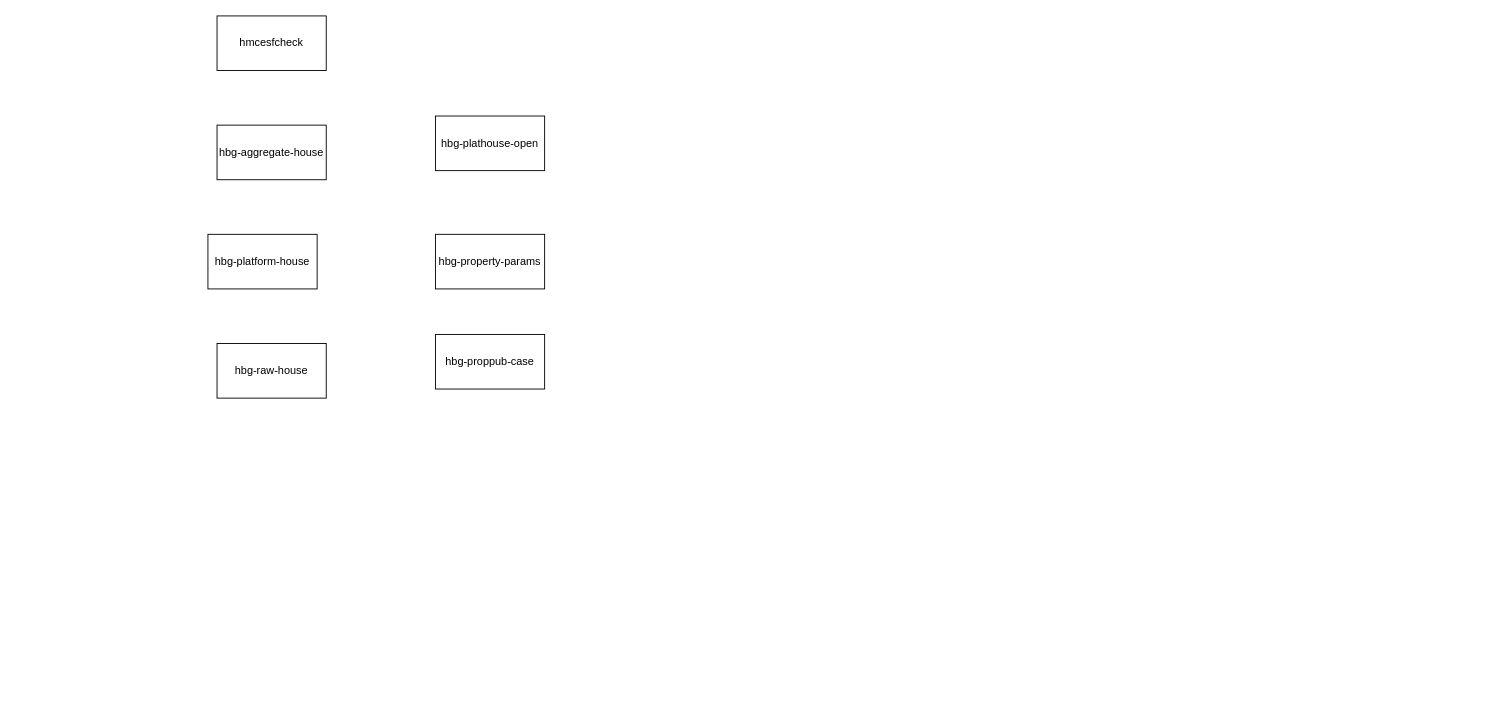
Earlier version of the draw.io diagram sku/sku规则改造上线流程.drawio (guyukou/drawio). Source tidied: cells renumbered, new cells numbered last; positions are measured from the earlier drawing's top-left corner, leaving out a move shared by most shapes. Both pictures are drawn from the tidied source at 91%, with x=0, y=0 at pixel (207, 15).
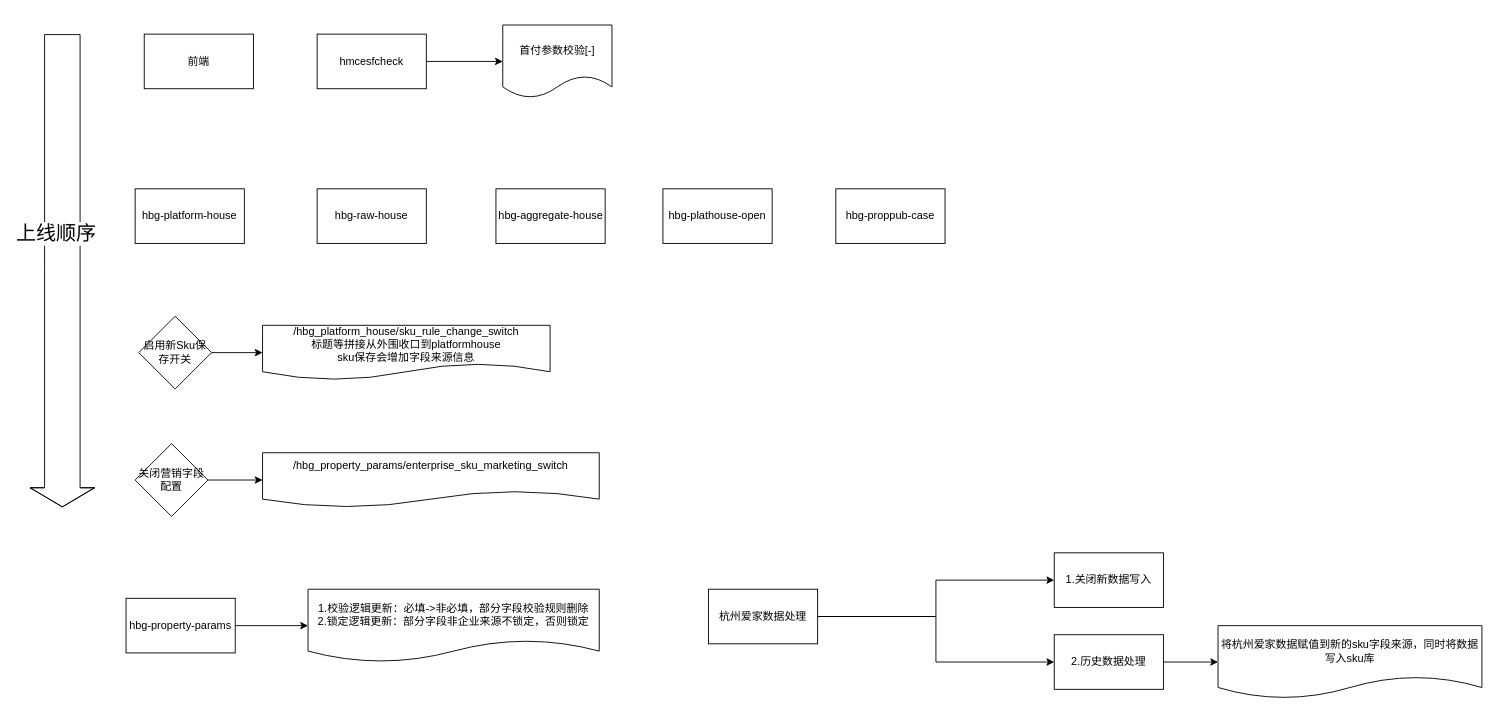
Above is the later version.

Commit message:
Update sku规则改造上线流程.drawio

Change to the diagram source:
```diff
@@
+    <mxCell id="9" style="edgeStyle=orthogonalEdgeStyle;rounded=0;jettySize=auto;html=1;" parent="1" edge="1" source="2" target="11">
+      <mxGeometry relative="1" as="geometry" />
+    </mxCell>
     <mxCell id="2" value="hmcesfcheck" style="rounded=0;whiteSpace=wrap;html=1;" parent="1" vertex="1">
-      <mxGeometry x="10" width="120" height="60" as="geometry" />
+      <mxGeometry x="120" y="20" width="120" height="60" as="geometry" />
     </mxCell>
     <mxCell id="3" value="hbg-aggregate-house" style="rounded=0;whiteSpace=wrap;html=1;" parent="1" vertex="1">
-      <mxGeometry x="10" y="120" width="120" height="60" as="geometry" />
+      <mxGeometry x="316.5" y="190" width="120" height="60" as="geometry" />
     </mxCell>
     <mxCell id="4" value="hbg-platform-house" style="rounded=0;whiteSpace=wrap;html=1;" parent="1" vertex="1">
-      <mxGeometry y="240" width="120" height="60" as="geometry" />
+      <mxGeometry x="-80" y="190" width="120" height="60" as="geometry" />
     </mxCell>
     <mxCell id="5" value="hbg-plathouse-open" style="rounded=0;whiteSpace=wrap;html=1;" parent="1" vertex="1">
-      <mxGeometry x="250" y="110" width="120" height="60" as="geometry" />
+      <mxGeometry x="500" y="190" width="120" height="60" as="geometry" />
     </mxCell>
+    <mxCell id="10" style="edgeStyle=orthogonalEdgeStyle;rounded=0;jettySize=auto;html=1;" parent="1" edge="1" source="6" target="14">
+      <mxGeometry relative="1" as="geometry" />
+    </mxCell>
     <mxCell id="6" value="hbg-property-params" style="rounded=0;whiteSpace=wrap;html=1;" parent="1" vertex="1">
-      <mxGeometry x="250" y="240" width="120" height="60" as="geometry" />
+      <mxGeometry x="-90" y="640" width="120" height="60" as="geometry" />
     </mxCell>
     <mxCell id="7" value="hbg-proppub-case" style="rounded=0;whiteSpace=wrap;html=1;" parent="1" vertex="1">
-      <mxGeometry x="250" y="350" width="120" height="60" as="geometry" />
+      <mxGeometry x="690" y="190" width="120" height="60" as="geometry" />
     </mxCell>
     <mxCell id="8" value="hbg-raw-house" style="rounded=0;whiteSpace=wrap;html=1;" parent="1" vertex="1">
-      <mxGeometry x="10" y="360" width="120" height="60" as="geometry" />
+      <mxGeometry x="120" y="190" width="120" height="60" as="geometry" />
     </mxCell>
+    <mxCell id="11" value="首付参数校验[-]" style="shape=document;whiteSpace=wrap;html=1;boundedLbl=1;rounded=0;" parent="1" vertex="1">
+      <mxGeometry x="324" y="10" width="120" height="80" as="geometry" />
+    </mxCell>
+    <mxCell id="12" style="edgeStyle=orthogonalEdgeStyle;rounded=0;jettySize=auto;html=1;strokeColor=default;strokeWidth=1;fontSize=12;" parent="1" edge="1" source="13" target="20">
+      <mxGeometry relative="1" as="geometry" />
+    </mxCell>
+    <mxCell id="13" value="启用新Sku保存开关" style="rhombus;whiteSpace=wrap;html=1;" parent="1" vertex="1">
+      <mxGeometry x="-76" y="330" width="80" height="80" as="geometry" />
+    </mxCell>
+    <mxCell id="14" value="1.校验逻辑更新：必填-&amp;gt;非必填，部分字段校验规则删除&lt;br&gt;2.锁定逻辑更新：部分字段非企业来源不锁定，否则锁定" style="shape=document;whiteSpace=wrap;html=1;boundedLbl=1;rounded=0;" parent="1" vertex="1">
+      <mxGeometry x="110" y="630" width="320" height="80" as="geometry" />
+    </mxCell>
+    <mxCell id="15" style="shape=flexArrow;endArrow=classic;html=1;rounded=0;width=39;endSize=6.67;endWidth=31;strokeWidth=1;fontSize=22;verticalAlign=bottom;strokeColor=default;" parent="1" edge="1">
+      <mxGeometry relative="1" as="geometry">
+        <mxPoint x="-160" y="20" as="sourcePoint" />
+        <mxPoint x="-160" y="540" as="targetPoint" />
+        <Array as="points">
+          <mxPoint x="-160" y="280" />
+        </Array>
+      </mxGeometry>
+    </mxCell>
+    <mxCell id="16" value="上线顺序" style="edgeLabel;html=1;align=center;verticalAlign=top;fontSize=22;" parent="15" vertex="1">
+      <mxGeometry x="-0.23" y="-8" relative="1" as="geometry" />
+    </mxCell>
+    <mxCell id="17" style="edgeStyle=orthogonalEdgeStyle;rounded=0;jettySize=auto;html=1;strokeColor=default;strokeWidth=1;fontSize=12;" parent="1" edge="1" source="18" target="19">
+      <mxGeometry relative="1" as="geometry" />
+    </mxCell>
+    <mxCell id="18" value="关闭营销字段配置" style="rhombus;whiteSpace=wrap;html=1;fontSize=12;" parent="1" vertex="1">
+      <mxGeometry x="-80" y="470" width="80" height="80" as="geometry" />
+    </mxCell>
+    <mxCell id="19" value="&lt;div&gt;/hbg_property_params/enterprise_sku_marketing_switch&lt;/div&gt;&lt;div&gt;&lt;br&gt;&lt;/div&gt;" style="shape=document;whiteSpace=wrap;html=1;boundedLbl=1;" parent="1" vertex="1">
+      <mxGeometry x="60" y="480" width="370" height="60" as="geometry" />
+    </mxCell>
+    <mxCell id="20" value="&lt;div&gt;/hbg_platform_house/sku_rule_change_switch&lt;/div&gt;&lt;div&gt;标题等拼接从外围收口到platformhouse&lt;br&gt;sku保存会增加字段来源信息&lt;/div&gt;" style="shape=document;whiteSpace=wrap;html=1;boundedLbl=1;" parent="1" vertex="1">
+      <mxGeometry x="60" y="340" width="316" height="60" as="geometry" />
+    </mxCell>
+    <mxCell id="21" value="前端" style="rounded=0;whiteSpace=wrap;html=1;fontSize=12;" parent="1" vertex="1">
+      <mxGeometry x="-70" y="20" width="120" height="60" as="geometry" />
+    </mxCell>
+    <mxCell id="22" style="edgeStyle=orthogonalEdgeStyle;rounded=0;jettySize=auto;html=1;strokeColor=default;strokeWidth=1;fontSize=12;" parent="1" edge="1" source="24" target="27">
+      <mxGeometry relative="1" as="geometry" />
+    </mxCell>
+    <mxCell id="23" style="edgeStyle=orthogonalEdgeStyle;rounded=0;jettySize=auto;html=1;strokeColor=default;strokeWidth=1;fontSize=12;" parent="1" edge="1" source="24" target="28">
+      <mxGeometry relative="1" as="geometry" />
+    </mxCell>
+    <mxCell id="24" value="杭州爱家数据处理" style="rounded=0;whiteSpace=wrap;html=1;fontSize=12;" parent="1" vertex="1">
+      <mxGeometry x="550" y="630" width="120" height="60" as="geometry" />
+    </mxCell>
+    <mxCell id="25" value="将杭州爱家数据赋值到新的sku字段来源，同时将数据写入sku库" style="shape=document;whiteSpace=wrap;html=1;boundedLbl=1;rounded=0;" parent="1" vertex="1">
+      <mxGeometry x="1110" y="670" width="290" height="80" as="geometry" />
+    </mxCell>
+    <mxCell id="26" style="edgeStyle=orthogonalEdgeStyle;rounded=0;jettySize=auto;html=1;entryX=0;entryY=0.5;entryDx=0;entryDy=0;strokeColor=default;strokeWidth=1;fontSize=12;" parent="1" edge="1" source="27" target="25">
+      <mxGeometry relative="1" as="geometry" />
+    </mxCell>
+    <mxCell id="27" value="2.历史数据处理" style="rounded=0;whiteSpace=wrap;html=1;" parent="1" vertex="1">
+      <mxGeometry x="930" y="680" width="120" height="60" as="geometry" />
+    </mxCell>
+    <mxCell id="28" value="1.关闭新数据写入" style="whiteSpace=wrap;html=1;rounded=0;" parent="1" vertex="1">
+      <mxGeometry x="930" y="590" width="120" height="60" as="geometry" />
+    </mxCell>
```
